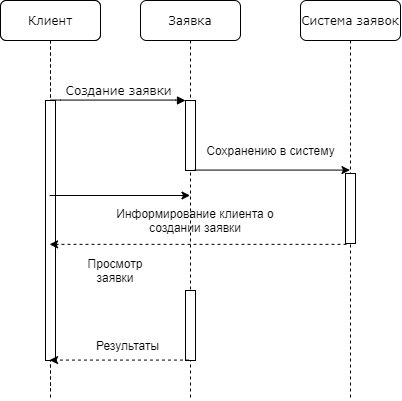
Before: Process1.png, a diagram exported from draw.io (mariarheon/LaboratoryService). Source tidied: cells renumbered, new cells last; positions are measured from the earlier drawing's top-left corner, leaving out a move shared by most shapes.
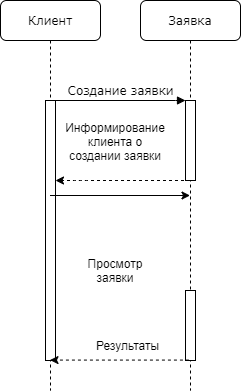
Above is the later version.

The edit, as a diff of the source:
```diff
@@ -3,60 +3,44 @@
     <mxCell id="0" />
     <mxCell id="1" parent="0" />
     <mxCell id="2" value="Заявка" style="shape=umlLifeline;perimeter=lifelinePerimeter;whiteSpace=wrap;html=1;outlineConnect=0;rounded=1;shadow=0;comic=0;labelBackgroundColor=none;strokeWidth=1;fontFamily=Verdana;fontSize=12;align=center;" parent="1" vertex="1">
-      <mxGeometry x="140" width="100" height="400" as="geometry" />
+      <mxGeometry x="140" width="100" height="390" as="geometry" />
     </mxCell>
     <mxCell id="3" style="html=1;points=[];perimeter=orthogonalPerimeter;rounded=0;shadow=0;comic=0;labelBackgroundColor=none;strokeWidth=1;fontFamily=Verdana;fontSize=12;align=center;" parent="2" vertex="1">
-      <mxGeometry x="45" y="100" width="10" height="70" as="geometry" />
+      <mxGeometry x="45" y="100" width="10" height="80" as="geometry" />
     </mxCell>
     <mxCell id="4" style="html=1;points=[];perimeter=orthogonalPerimeter;rounded=0;shadow=0;comic=0;labelBackgroundColor=none;strokeWidth=1;fontFamily=Verdana;fontSize=12;align=center;" parent="2" vertex="1">
       <mxGeometry x="45" y="290" width="10" height="70" as="geometry" />
     </mxCell>
-    <mxCell id="5" value="Система заявок" style="shape=umlLifeline;perimeter=lifelinePerimeter;whiteSpace=wrap;html=1;outlineConnect=0;rounded=1;shadow=0;comic=0;labelBackgroundColor=none;strokeWidth=1;fontFamily=Verdana;fontSize=12;align=center;" parent="1" vertex="1">
-      <mxGeometry x="300" width="100" height="400" as="geometry" />
+    <mxCell id="5" value="Клиент" style="shape=umlLifeline;perimeter=lifelinePerimeter;whiteSpace=wrap;html=1;outlineConnect=0;rounded=1;shadow=0;comic=0;labelBackgroundColor=none;strokeWidth=1;fontFamily=Verdana;fontSize=12;align=center;" parent="1" vertex="1">
+      <mxGeometry width="100" height="390" as="geometry" />
     </mxCell>
     <mxCell id="6" style="html=1;points=[];perimeter=orthogonalPerimeter;rounded=0;shadow=0;comic=0;labelBackgroundColor=none;strokeWidth=1;fontFamily=Verdana;fontSize=12;align=center;" parent="5" vertex="1">
-      <mxGeometry x="45" y="173" width="10" height="70" as="geometry" />
+      <mxGeometry x="45" y="100" width="10" height="260" as="geometry" />
     </mxCell>
-    <mxCell id="7" value="Клиент" style="shape=umlLifeline;perimeter=lifelinePerimeter;whiteSpace=wrap;html=1;outlineConnect=0;rounded=1;shadow=0;comic=0;labelBackgroundColor=none;strokeWidth=1;fontFamily=Verdana;fontSize=12;align=center;" parent="1" vertex="1">
-      <mxGeometry width="100" height="390" as="geometry" />
+    <mxCell id="7" value="Создание заявки" style="html=1;verticalAlign=bottom;endArrow=block;entryX=0;entryY=0;labelBackgroundColor=none;fontFamily=Verdana;fontSize=12;edgeStyle=elbowEdgeStyle;elbow=vertical;" parent="1" edge="1" source="6" target="3">
+      <mxGeometry relative="1" as="geometry" />
     </mxCell>
-    <mxCell id="8" style="html=1;points=[];perimeter=orthogonalPerimeter;rounded=0;shadow=0;comic=0;labelBackgroundColor=none;strokeWidth=1;fontFamily=Verdana;fontSize=12;align=center;" parent="7" vertex="1">
-      <mxGeometry x="45" y="100" width="10" height="260" as="geometry" />
+    <mxCell id="8" style="endArrow=classic;html=1;dashed=1;" parent="1" edge="1" source="2" target="6">
+      <mxGeometry relative="1" as="geometry">
+        <Array as="points">
+          <mxPoint x="80" y="180" />
+        </Array>
+      </mxGeometry>
     </mxCell>
-    <mxCell id="9" value="Клиент" style="shape=umlLifeline;perimeter=lifelinePerimeter;whiteSpace=wrap;html=1;rounded=1;shadow=0;comic=0;labelBackgroundColor=none;strokeWidth=1;fontFamily=Verdana;fontSize=12;align=center;" parent="7" vertex="1">
-      <mxGeometry width="100" height="400" as="geometry" />
+    <mxCell id="9" value="Информирование клиента о создании заявки" style="text;html=1;strokeColor=none;fillColor=none;align=center;verticalAlign=middle;whiteSpace=wrap;rounded=0;" parent="1" vertex="1">
+      <mxGeometry x="70" y="140" width="90" as="geometry" />
     </mxCell>
-    <mxCell id="10" style="html=1;perimeter=orthogonalPerimeter;rounded=0;shadow=0;comic=0;labelBackgroundColor=none;strokeWidth=1;fontFamily=Verdana;fontSize=12;align=center;" parent="9" vertex="1">
-      <mxGeometry x="45" y="100" width="10" height="260" as="geometry" />
+    <mxCell id="10" style="endArrow=classic;html=1;" parent="1" edge="1" source="5" target="2">
+      <mxGeometry relative="1" as="geometry" />
     </mxCell>
-    <mxCell id="11" value="Создание заявки" style="html=1;verticalAlign=bottom;endArrow=block;entryX=0;entryY=0;labelBackgroundColor=none;fontFamily=Verdana;fontSize=12;edgeStyle=elbowEdgeStyle;elbow=vertical;" parent="1" edge="1" source="8" target="3">
-      <mxGeometry relative="1" as="geometry" />
+    <mxCell id="11" value="Просмотр заявки" style="text;html=1;strokeColor=none;fillColor=none;align=center;verticalAlign=middle;whiteSpace=wrap;rounded=0;" parent="1" vertex="1">
+      <mxGeometry x="70" y="260" width="90" height="20" as="geometry" />
     </mxCell>
-    <mxCell id="12" style="endArrow=classic;html=1;exitX=0.914;exitY=0.994;exitDx=0;exitDy=0;exitPerimeter=0;" parent="1" edge="1" source="3" target="5">
+    <mxCell id="12" style="endArrow=classic;html=1;exitX=0.343;exitY=0.994;exitDx=0;exitDy=0;exitPerimeter=0;dashed=1;" parent="1" edge="1" source="4" target="5">
       <mxGeometry relative="1" as="geometry" />
     </mxCell>
-    <mxCell id="13" value="Сохранению в систему" style="text;html=1;align=center;verticalAlign=middle;" parent="1" vertex="1">
-      <mxGeometry x="200" y="140" width="140" height="20" as="geometry" />
+    <mxCell id="13" value="Результаты" style="text;html=1;align=center;verticalAlign=middle;" parent="1" vertex="1">
+      <mxGeometry x="87" y="335" width="80" height="20" as="geometry" />
     </mxCell>
-    <mxCell id="14" style="endArrow=classic;html=1;exitX=0.2;exitY=1.055;exitDx=0;exitDy=0;exitPerimeter=0;dashed=1;" parent="1" edge="1" target="7">
-      <mxGeometry relative="1" as="geometry">
-        <mxPoint x="346" y="243.9" as="sourcePoint" />
-      </mxGeometry>
-    </mxCell>
-    <mxCell id="15" value="Информирование клиента о создании заявки" style="text;html=1;strokeColor=none;fillColor=none;align=center;verticalAlign=middle;whiteSpace=wrap;rounded=0;" parent="1" vertex="1">
-      <mxGeometry x="100" y="210" width="190" height="20" as="geometry" />
-    </mxCell>
-    <mxCell id="16" style="endArrow=classic;html=1;" parent="1" edge="1" source="7" target="2">
-      <mxGeometry relative="1" as="geometry" />
-    </mxCell>
-    <mxCell id="17" value="Просмотр заявки" style="text;html=1;strokeColor=none;fillColor=none;align=center;verticalAlign=middle;whiteSpace=wrap;rounded=0;" parent="1" vertex="1">
-      <mxGeometry x="70" y="260" width="90" height="20" as="geometry" />
-    </mxCell>
-    <mxCell id="18" style="endArrow=classic;html=1;exitX=0.343;exitY=0.994;exitDx=0;exitDy=0;exitPerimeter=0;dashed=1;" parent="1" edge="1" source="4" target="7">
-      <mxGeometry relative="1" as="geometry" />
-    </mxCell>
-    <mxCell id="19" value="Результаты" style="text;html=1;align=center;verticalAlign=middle;" parent="1" vertex="1">
-      <mxGeometry x="87" y="335" width="80" height="20" as="geometry" />
-    </mxCell>
   </root>
 </mxGraphModel>
```
